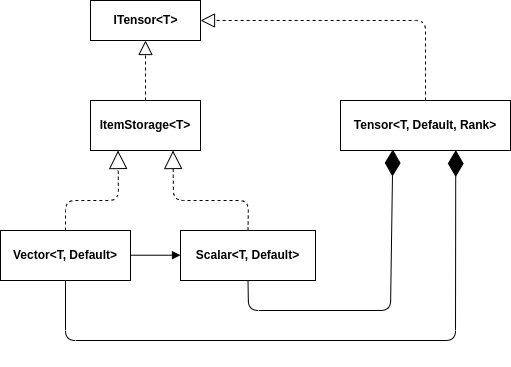
Earlier version of the draw.io export task-06/design/design.drawio.png (vyivanov/otus-cxx). Source tidied: cells renumbered, new cells last; positions are measured from the earlier drawing's top-left corner, leaving out a move shared by most shapes. Its diagram source:
```xml
<mxGraphModel>
  <root>
    <mxCell id="0" />
    <mxCell id="1" parent="0" />
    <mxCell id="2" value="&lt;b&gt;ITensor&amp;lt;T&amp;gt;&lt;/b&gt;" style="html=1;" parent="1" vertex="1">
      <mxGeometry x="90" width="110" height="40" as="geometry" />
    </mxCell>
    <mxCell id="3" value="&lt;p style=&quot;margin: 0px ; margin-top: 4px ; text-align: center&quot;&gt;&lt;br&gt;&lt;b&gt;ItemStorage&amp;lt;T&amp;gt;&lt;/b&gt;&lt;/p&gt;" style="verticalAlign=top;align=left;overflow=fill;fontSize=12;fontFamily=Helvetica;html=1;" parent="1" vertex="1">
      <mxGeometry x="90" y="100" width="110" height="50" as="geometry" />
    </mxCell>
    <mxCell id="4" value="&lt;p style=&quot;margin: 0px ; margin-top: 4px ; text-align: center&quot;&gt;&lt;br&gt;&lt;b&gt;Tensor&amp;lt;T, Default, Rank&amp;gt;&lt;/b&gt;&lt;/p&gt;" style="verticalAlign=top;align=left;overflow=fill;fontSize=12;fontFamily=Helvetica;html=1;" parent="1" vertex="1">
      <mxGeometry x="340" y="100" width="170" height="50" as="geometry" />
    </mxCell>
    <mxCell id="5" value="&lt;p style=&quot;margin: 0px ; margin-top: 4px ; text-align: center&quot;&gt;&lt;br&gt;&lt;b&gt;Scalar&amp;lt;T, Default&amp;gt;&lt;/b&gt;&lt;/p&gt;" style="verticalAlign=top;align=left;overflow=fill;fontSize=12;fontFamily=Helvetica;html=1;" parent="1" vertex="1">
      <mxGeometry x="180" y="230" width="135" height="50" as="geometry" />
    </mxCell>
    <mxCell id="6" value="&lt;p style=&quot;margin: 0px ; margin-top: 4px ; text-align: center&quot;&gt;&lt;br&gt;&lt;b&gt;Vector&amp;lt;T, Default&amp;gt;&lt;/b&gt;&lt;/p&gt;" style="verticalAlign=top;align=left;overflow=fill;fontSize=12;fontFamily=Helvetica;html=1;" parent="1" vertex="1">
      <mxGeometry y="230" width="130" height="50" as="geometry" />
    </mxCell>
    <mxCell id="7" style="endArrow=block;dashed=1;endFill=0;endSize=12;html=1;entryX=0.5;entryY=1;entryDx=0;entryDy=0;exitX=0.5;exitY=0;exitDx=0;exitDy=0;" parent="1" edge="1" source="3" target="2">
      <mxGeometry relative="1" as="geometry" />
    </mxCell>
    <mxCell id="8" style="endArrow=block;endSize=16;endFill=0;html=1;exitX=0.5;exitY=0;exitDx=0;exitDy=0;entryX=0.25;entryY=1;entryDx=0;entryDy=0;dashed=1;" parent="1" edge="1" source="6" target="3">
      <mxGeometry relative="1" as="geometry">
        <Array as="points">
          <mxPoint x="65" y="200" />
          <mxPoint x="118" y="200" />
        </Array>
      </mxGeometry>
    </mxCell>
    <mxCell id="9" style="endArrow=block;endSize=16;endFill=0;html=1;exitX=0.5;exitY=0;exitDx=0;exitDy=0;entryX=0.75;entryY=1;entryDx=0;entryDy=0;dashed=1;" parent="1" edge="1" source="5" target="3">
      <mxGeometry relative="1" as="geometry">
        <Array as="points">
          <mxPoint x="248" y="200" />
          <mxPoint x="173" y="200" />
        </Array>
      </mxGeometry>
    </mxCell>
    <mxCell id="10" style="endArrow=block;dashed=1;endFill=0;endSize=12;html=1;entryX=1;entryY=0.5;entryDx=0;entryDy=0;exitX=0.5;exitY=0;exitDx=0;exitDy=0;" parent="1" edge="1" source="4" target="2">
      <mxGeometry relative="1" as="geometry">
        <Array as="points">
          <mxPoint x="425" y="20" />
        </Array>
      </mxGeometry>
    </mxCell>
    <mxCell id="11" style="endArrow=block;endFill=1;html=1;edgeStyle=orthogonalEdgeStyle;align=left;verticalAlign=top;" parent="1" edge="1">
      <mxGeometry x="-1" relative="1" as="geometry">
        <mxPoint x="130" y="254.7" as="sourcePoint" />
        <mxPoint x="180" y="254.7" as="targetPoint" />
      </mxGeometry>
    </mxCell>
    <mxCell id="12" style="endArrow=diamondThin;endFill=1;endSize=24;html=1;entryX=0.308;entryY=0.98;entryDx=0;entryDy=0;entryPerimeter=0;exitX=0.5;exitY=1;exitDx=0;exitDy=0;" parent="1" edge="1" source="5" target="4">
      <mxGeometry relative="1" as="geometry">
        <Array as="points">
          <mxPoint x="248" y="310" />
          <mxPoint x="390" y="310" />
        </Array>
      </mxGeometry>
    </mxCell>
    <mxCell id="13" style="endArrow=diamondThin;endFill=1;endSize=24;html=1;entryX=0.678;entryY=0.991;entryDx=0;entryDy=0;entryPerimeter=0;exitX=0.5;exitY=1;exitDx=0;exitDy=0;" parent="1" edge="1" source="6" target="4">
      <mxGeometry relative="1" as="geometry">
        <Array as="points">
          <mxPoint x="65" y="340" />
          <mxPoint x="455" y="340" />
        </Array>
      </mxGeometry>
    </mxCell>
  </root>
</mxGraphModel>
```
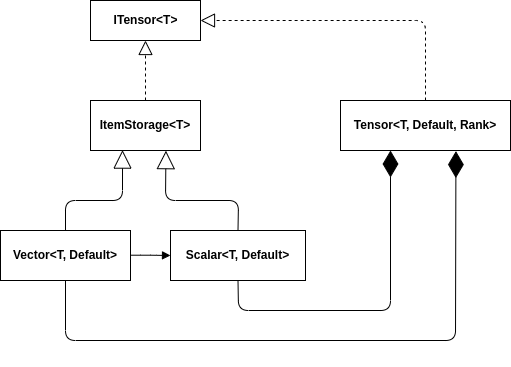
After the change.

Change to the diagram source:
```diff
@@ -12,7 +12,7 @@
       <mxGeometry x="340" y="100" width="170" height="50" as="geometry" />
     </mxCell>
     <mxCell id="5" value="&lt;p style=&quot;margin: 0px ; margin-top: 4px ; text-align: center&quot;&gt;&lt;br&gt;&lt;b&gt;Scalar&amp;lt;T, Default&amp;gt;&lt;/b&gt;&lt;/p&gt;" style="verticalAlign=top;align=left;overflow=fill;fontSize=12;fontFamily=Helvetica;html=1;" parent="1" vertex="1">
-      <mxGeometry x="180" y="230" width="135" height="50" as="geometry" />
+      <mxGeometry x="170" y="230" width="135" height="50" as="geometry" />
     </mxCell>
     <mxCell id="6" value="&lt;p style=&quot;margin: 0px ; margin-top: 4px ; text-align: center&quot;&gt;&lt;br&gt;&lt;b&gt;Vector&amp;lt;T, Default&amp;gt;&lt;/b&gt;&lt;/p&gt;" style="verticalAlign=top;align=left;overflow=fill;fontSize=12;fontFamily=Helvetica;html=1;" parent="1" vertex="1">
       <mxGeometry y="230" width="130" height="50" as="geometry" />
@@ -20,19 +20,19 @@
     <mxCell id="7" style="endArrow=block;dashed=1;endFill=0;endSize=12;html=1;entryX=0.5;entryY=1;entryDx=0;entryDy=0;exitX=0.5;exitY=0;exitDx=0;exitDy=0;" parent="1" edge="1" source="3" target="2">
       <mxGeometry relative="1" as="geometry" />
     </mxCell>
-    <mxCell id="8" style="endArrow=block;endSize=16;endFill=0;html=1;exitX=0.5;exitY=0;exitDx=0;exitDy=0;entryX=0.25;entryY=1;entryDx=0;entryDy=0;dashed=1;" parent="1" edge="1" source="6" target="3">
+    <mxCell id="8" style="endArrow=block;endSize=16;endFill=0;html=1;exitX=0.5;exitY=0;exitDx=0;exitDy=0;entryX=0.291;entryY=0.992;entryDx=0;entryDy=0;entryPerimeter=0;" parent="1" edge="1" source="6" target="3">
       <mxGeometry relative="1" as="geometry">
         <Array as="points">
           <mxPoint x="65" y="200" />
-          <mxPoint x="118" y="200" />
+          <mxPoint x="122" y="200" />
         </Array>
       </mxGeometry>
     </mxCell>
-    <mxCell id="9" style="endArrow=block;endSize=16;endFill=0;html=1;exitX=0.5;exitY=0;exitDx=0;exitDy=0;entryX=0.75;entryY=1;entryDx=0;entryDy=0;dashed=1;" parent="1" edge="1" source="5" target="3">
+    <mxCell id="9" style="endArrow=block;endSize=16;endFill=0;html=1;exitX=0.5;exitY=0;exitDx=0;exitDy=0;entryX=0.686;entryY=1.003;entryDx=0;entryDy=0;entryPerimeter=0;" parent="1" edge="1" source="5" target="3">
       <mxGeometry relative="1" as="geometry">
         <Array as="points">
-          <mxPoint x="248" y="200" />
-          <mxPoint x="173" y="200" />
+          <mxPoint x="238" y="200" />
+          <mxPoint x="165" y="200" />
         </Array>
       </mxGeometry>
     </mxCell>
@@ -43,21 +43,21 @@
         </Array>
       </mxGeometry>
     </mxCell>
-    <mxCell id="11" style="endArrow=block;endFill=1;html=1;edgeStyle=orthogonalEdgeStyle;align=left;verticalAlign=top;" parent="1" edge="1">
+    <mxCell id="11" style="endArrow=block;endFill=1;html=1;edgeStyle=orthogonalEdgeStyle;align=left;verticalAlign=top;entryX=0;entryY=0.5;entryDx=0;entryDy=0;" parent="1" edge="1" target="5">
       <mxGeometry x="-1" relative="1" as="geometry">
         <mxPoint x="130" y="254.7" as="sourcePoint" />
-        <mxPoint x="180" y="254.7" as="targetPoint" />
       </mxGeometry>
     </mxCell>
-    <mxCell id="12" style="endArrow=diamondThin;endFill=1;endSize=24;html=1;entryX=0.308;entryY=0.98;entryDx=0;entryDy=0;entryPerimeter=0;exitX=0.5;exitY=1;exitDx=0;exitDy=0;" parent="1" edge="1" source="5" target="4">
+    <mxCell id="12" style="endArrow=diamondThin;endFill=1;endSize=24;html=1;exitX=0.5;exitY=1;exitDx=0;exitDy=0;" parent="1" edge="1" source="5">
       <mxGeometry relative="1" as="geometry">
+        <mxPoint x="390" y="150" as="targetPoint" />
         <Array as="points">
-          <mxPoint x="248" y="310" />
+          <mxPoint x="238" y="310" />
           <mxPoint x="390" y="310" />
         </Array>
       </mxGeometry>
     </mxCell>
-    <mxCell id="13" style="endArrow=diamondThin;endFill=1;endSize=24;html=1;entryX=0.678;entryY=0.991;entryDx=0;entryDy=0;entryPerimeter=0;exitX=0.5;exitY=1;exitDx=0;exitDy=0;" parent="1" edge="1" source="6" target="4">
+    <mxCell id="13" style="endArrow=diamondThin;endFill=1;endSize=24;html=1;entryX=0.679;entryY=1.012;entryDx=0;entryDy=0;entryPerimeter=0;exitX=0.5;exitY=1;exitDx=0;exitDy=0;" parent="1" edge="1" source="6" target="4">
       <mxGeometry relative="1" as="geometry">
         <Array as="points">
           <mxPoint x="65" y="340" />
```
